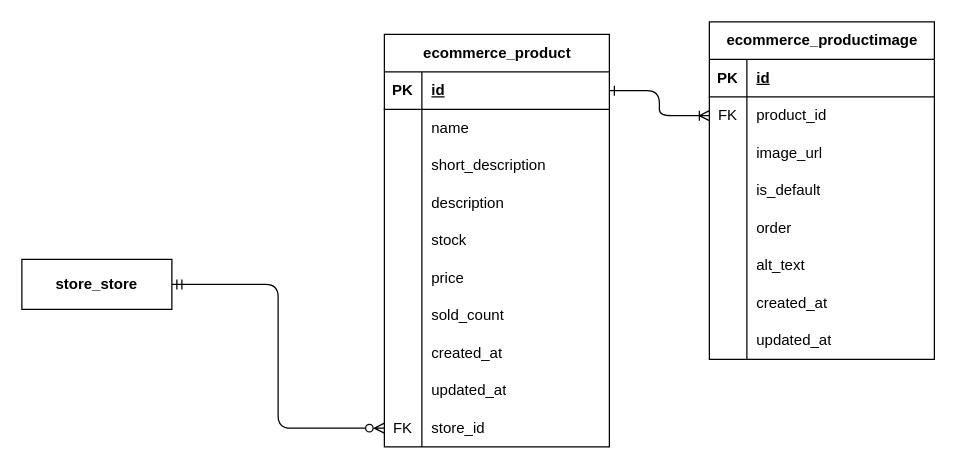
This is page "Ecommerce" (6 of 7) of diagrams/e-commerce-entity-relationship-diagram.drawio from RHILIUS/E-Commerce-Docs, a draw.io file, before an edit. Source tidied: cells renumbered, new cells numbered last; positions are measured from the earlier drawing's top-left corner, leaving out a move shared by most shapes. Both pictures are drawn from the tidied source at 125%, with x=0, y=0 at pixel (21, 21).
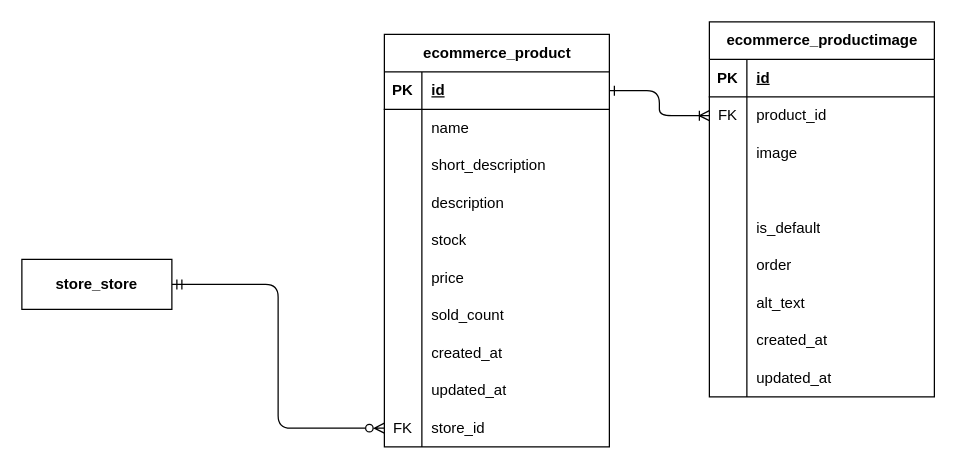
After the change.

The change refers to these unchanged cells:
```xml
<mxCell id="40" style="shape=tableRow;horizontal=0;startSize=0;swimlaneHead=0;swimlaneBody=0;fillColor=none;top=0;left=0;right=0;bottom=0;" parent="33" vertex="1">
  <mxGeometry y="90" width="180" height="30" as="geometry" />
</mxCell>
```

Diff of the diagram source:
```diff
@@
     <mxCell id="33" value="ecommerce_productimage" style="shape=table;startSize=30;childLayout=tableLayout;rowLines=0;fontStyle=1;align=center;html=1;" parent="1" vertex="1">
-      <mxGeometry x="550" width="180" height="270" as="geometry" />
+      <mxGeometry x="550" width="180" height="300" as="geometry" />
     </mxCell>
@@
-    <mxCell id="42" value="image_url" style="shape=partialRectangle;fillColor=none;top=0;left=0;bottom=0;right=0;align=left;spacingLeft=6;overflow=hidden;whiteSpace=wrap;html=1;" parent="40" vertex="1">
+    <mxCell id="42" value="image" style="shape=partialRectangle;fillColor=none;top=0;left=0;bottom=0;right=0;align=left;spacingLeft=6;overflow=hidden;whiteSpace=wrap;html=1;" parent="40" vertex="1">
       <mxGeometry x="30" width="150" height="30" as="geometry" />
     </mxCell>
+    <mxCell id="61" style="shape=tableRow;horizontal=0;startSize=0;swimlaneHead=0;swimlaneBody=0;fillColor=none;top=0;left=0;right=0;bottom=0;" parent="33" vertex="1">
+      <mxGeometry y="120" width="180" height="30" as="geometry" />
+    </mxCell>
+    <mxCell id="62" style="shape=partialRectangle;fillColor=none;top=0;left=0;bottom=0;right=0;overflow=hidden;whiteSpace=wrap;html=1;" parent="61" vertex="1">
+      <mxGeometry width="30" height="30" as="geometry" />
+    </mxCell>
+    <mxCell id="63" style="shape=partialRectangle;fillColor=none;top=0;left=0;bottom=0;right=0;align=left;spacingLeft=6;overflow=hidden;whiteSpace=wrap;html=1;" parent="61" vertex="1">
+      <mxGeometry x="30" width="150" height="30" as="geometry" />
+    </mxCell>
     <mxCell id="43" style="shape=tableRow;horizontal=0;startSize=0;swimlaneHead=0;swimlaneBody=0;fillColor=none;top=0;left=0;right=0;bottom=0;" parent="33" vertex="1">
-      <mxGeometry y="120" width="180" height="30" as="geometry" />
+      <mxGeometry y="150" width="180" height="30" as="geometry" />
     </mxCell>
@@
     <mxCell id="46" style="shape=tableRow;horizontal=0;startSize=0;swimlaneHead=0;swimlaneBody=0;fillColor=none;top=0;left=0;right=0;bottom=0;" parent="33" vertex="1">
-      <mxGeometry y="150" width="180" height="30" as="geometry" />
+      <mxGeometry y="180" width="180" height="30" as="geometry" />
     </mxCell>
@@
     <mxCell id="49" style="shape=tableRow;horizontal=0;startSize=0;swimlaneHead=0;swimlaneBody=0;fillColor=none;top=0;left=0;right=0;bottom=0;" parent="33" vertex="1">
-      <mxGeometry y="180" width="180" height="30" as="geometry" />
+      <mxGeometry y="210" width="180" height="30" as="geometry" />
     </mxCell>
@@
     <mxCell id="52" style="shape=tableRow;horizontal=0;startSize=0;swimlaneHead=0;swimlaneBody=0;fillColor=none;top=0;left=0;right=0;bottom=0;" parent="33" vertex="1">
-      <mxGeometry y="210" width="180" height="30" as="geometry" />
+      <mxGeometry y="240" width="180" height="30" as="geometry" />
     </mxCell>
@@
     <mxCell id="55" style="shape=tableRow;horizontal=0;startSize=0;swimlaneHead=0;swimlaneBody=0;fillColor=none;top=0;left=0;right=0;bottom=0;" parent="33" vertex="1">
-      <mxGeometry y="240" width="180" height="30" as="geometry" />
+      <mxGeometry y="270" width="180" height="30" as="geometry" />
     </mxCell>
```
